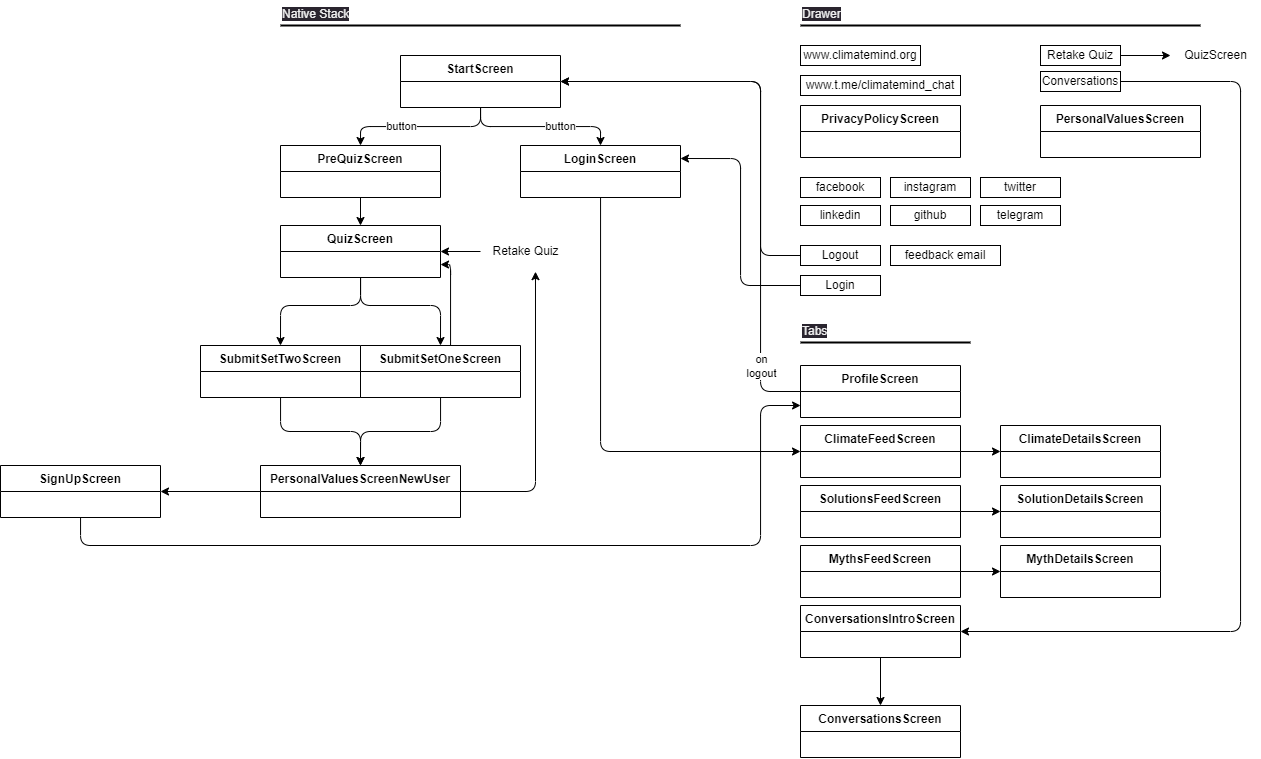
The draw.io diagram docs/ScreenState.drawio.png in ClimateMind/frontend-native-app, before a commit. Source tidied: cells renumbered, new cells last; positions are measured from the earlier drawing's top-left corner, leaving out a move shared by most shapes.
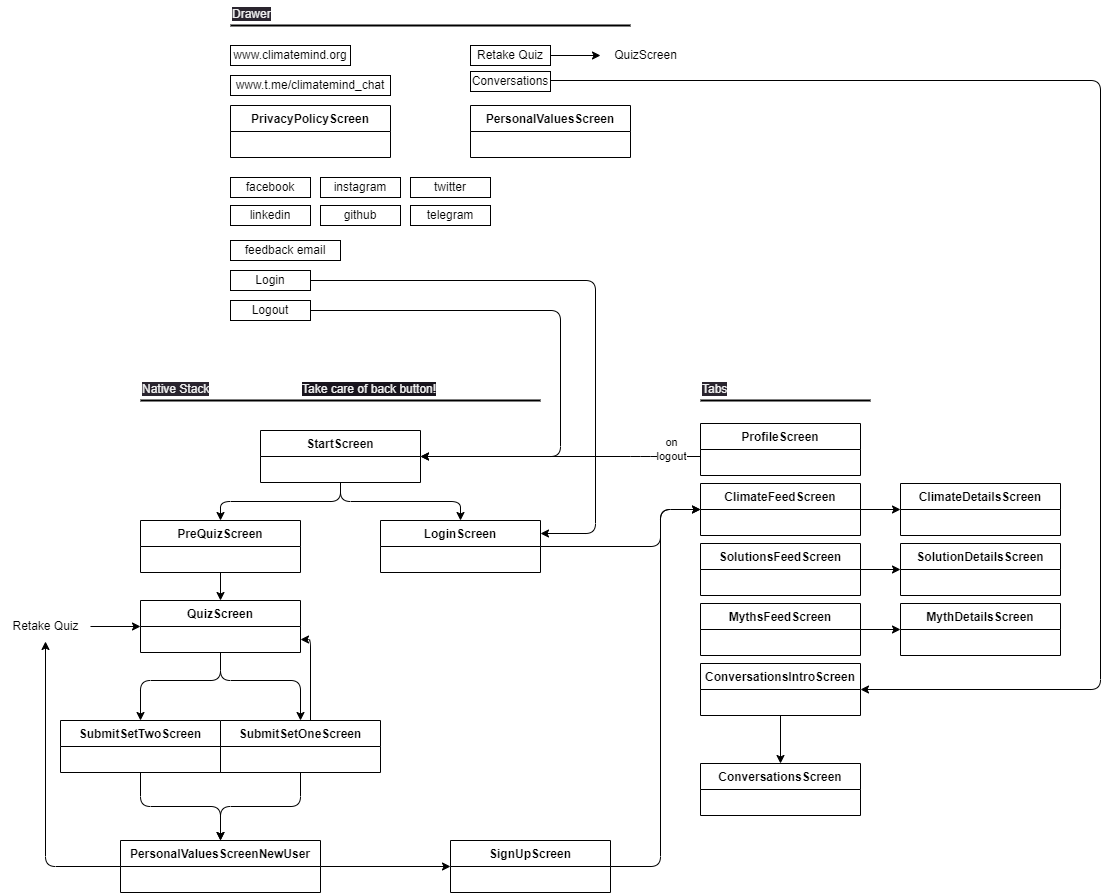
Later version of the same file.

What changed in the source:
```diff
@@ -5,19 +5,9 @@
     <mxCell id="2" style="edgeStyle=orthogonalEdgeStyle;html=1;entryX=0.5;entryY=0;entryDx=0;entryDy=0;" parent="1" edge="1" source="6" target="10">
       <mxGeometry relative="1" as="geometry" />
     </mxCell>
-    <mxCell id="3" value="button" style="edgeLabel;html=1;align=center;verticalAlign=middle;" parent="2" vertex="1">
-      <mxGeometry x="0.15" y="1" relative="1" as="geometry">
-        <mxPoint x="8" as="offset" />
-      </mxGeometry>
-    </mxCell>
     <mxCell id="4" style="edgeStyle=orthogonalEdgeStyle;html=1;entryX=0.5;entryY=0;entryDx=0;entryDy=0;" parent="1" edge="1" source="6" target="8">
       <mxGeometry relative="1" as="geometry" />
     </mxCell>
-    <mxCell id="5" value="button" style="edgeLabel;html=1;align=center;verticalAlign=middle;" parent="4" vertex="1">
-      <mxGeometry x="-0.33" y="3" relative="1" as="geometry">
-        <mxPoint x="-46" y="-4" as="offset" />
-      </mxGeometry>
-    </mxCell>
     <mxCell id="6" value="StartScreen" style="swimlane;fontStyle=1;align=center;verticalAlign=top;horizontal=1;startSize=26;" parent="1" vertex="1">
       <mxGeometry x="400" y="55" width="160" height="52" as="geometry" />
     </mxCell>
@@ -30,7 +20,8 @@
     <mxCell id="9" style="edgeStyle=orthogonalEdgeStyle;html=1;entryX=0;entryY=0.5;entryDx=0;entryDy=0;" parent="1" edge="1" source="10" target="28">
       <mxGeometry relative="1" as="geometry">
         <Array as="points">
-          <mxPoint x="600" y="451" />
+          <mxPoint x="800" y="171" />
+          <mxPoint x="800" y="134" />
         </Array>
       </mxGeometry>
     </mxCell>
@@ -38,13 +29,13 @@
       <mxGeometry x="520" y="145" width="160" height="52" as="geometry" />
     </mxCell>
     <mxCell id="11" value="www.climatemind.org" style="whiteSpace=wrap;html=1;" parent="1" vertex="1">
-      <mxGeometry x="800" y="45" width="120" height="20" as="geometry" />
+      <mxGeometry x="370" y="-330" width="120" height="20" as="geometry" />
     </mxCell>
     <mxCell id="12" value="www.t.me/climatemind_chat" style="whiteSpace=wrap;html=1;" parent="1" vertex="1">
-      <mxGeometry x="800" y="75" width="160" height="20" as="geometry" />
+      <mxGeometry x="370" y="-300" width="160" height="20" as="geometry" />
     </mxCell>
     <mxCell id="13" value="PrivacyPolicyScreen" style="swimlane;fontStyle=1;align=center;verticalAlign=top;horizontal=1;startSize=26;" parent="1" vertex="1">
-      <mxGeometry x="800" y="105" width="160" height="52" as="geometry" />
+      <mxGeometry x="370" y="-270" width="160" height="52" as="geometry" />
     </mxCell>
     <mxCell id="14" style="line;strokeWidth=2;html=1;" parent="1" vertex="1">
       <mxGeometry x="280" y="20" width="400" height="10" as="geometry" />
@@ -53,111 +44,109 @@
       <mxGeometry x="280" width="100" height="20" as="geometry" />
     </mxCell>
     <mxCell id="16" style="line;strokeWidth=2;html=1;" parent="1" vertex="1">
-      <mxGeometry x="800" y="20" width="400" height="10" as="geometry" />
+      <mxGeometry x="370" y="-355" width="400" height="10" as="geometry" />
     </mxCell>
     <mxCell id="17" value="&lt;span style=&quot;color: rgb(240, 240, 240); font-family: Helvetica; font-size: 12px; font-style: normal; font-variant-ligatures: normal; font-variant-caps: normal; font-weight: 400; letter-spacing: normal; orphans: 2; text-align: center; text-indent: 0px; text-transform: none; widows: 2; word-spacing: 0px; -webkit-text-stroke-width: 0px; background-color: rgb(42, 37, 47); text-decoration-thickness: initial; text-decoration-style: initial; text-decoration-color: initial; float: none; display: inline !important;&quot;&gt;Drawer&lt;/span&gt;" style="text;whiteSpace=wrap;html=1;" parent="1" vertex="1">
-      <mxGeometry x="800" width="100" height="20" as="geometry" />
+      <mxGeometry x="370" y="-375" width="100" height="20" as="geometry" />
     </mxCell>
     <mxCell id="18" value="facebook" style="whiteSpace=wrap;html=1;" parent="1" vertex="1">
-      <mxGeometry x="800" y="177" width="80" height="20" as="geometry" />
+      <mxGeometry x="370" y="-198" width="80" height="20" as="geometry" />
     </mxCell>
     <mxCell id="19" value="instagram" style="whiteSpace=wrap;html=1;" parent="1" vertex="1">
-      <mxGeometry x="890" y="177" width="80" height="20" as="geometry" />
+      <mxGeometry x="460" y="-198" width="80" height="20" as="geometry" />
     </mxCell>
     <mxCell id="20" value="twitter" style="whiteSpace=wrap;html=1;" parent="1" vertex="1">
-      <mxGeometry x="980" y="177" width="80" height="20" as="geometry" />
+      <mxGeometry x="550" y="-198" width="80" height="20" as="geometry" />
     </mxCell>
     <mxCell id="21" value="github" style="whiteSpace=wrap;html=1;" parent="1" vertex="1">
-      <mxGeometry x="890" y="205" width="80" height="20" as="geometry" />
+      <mxGeometry x="460" y="-170" width="80" height="20" as="geometry" />
     </mxCell>
     <mxCell id="22" value="telegram" style="whiteSpace=wrap;html=1;" parent="1" vertex="1">
-      <mxGeometry x="980" y="205" width="80" height="20" as="geometry" />
+      <mxGeometry x="550" y="-170" width="80" height="20" as="geometry" />
     </mxCell>
     <mxCell id="23" value="linkedin" style="whiteSpace=wrap;html=1;" parent="1" vertex="1">
-      <mxGeometry x="800" y="205" width="80" height="20" as="geometry" />
+      <mxGeometry x="370" y="-170" width="80" height="20" as="geometry" />
     </mxCell>
-    <mxCell id="24" style="edgeStyle=orthogonalEdgeStyle;html=1;entryX=1;entryY=0.25;entryDx=0;entryDy=0;" parent="1" edge="1" source="25" target="10">
-      <mxGeometry relative="1" as="geometry" />
+    <mxCell id="24" style="edgeStyle=orthogonalEdgeStyle;html=1;entryX=1;entryY=0.25;entryDx=0;entryDy=0;" parent="1" edge="1" target="10">
+      <mxGeometry relative="1" as="geometry">
+        <mxPoint x="415" y="-85.5" as="sourcePoint" />
+        <Array as="points">
+          <mxPoint x="405" y="-85" />
+          <mxPoint x="405" y="-95" />
+          <mxPoint x="735" y="-95" />
+          <mxPoint x="735" y="158" />
+        </Array>
+      </mxGeometry>
     </mxCell>
     <mxCell id="25" value="Login" style="whiteSpace=wrap;html=1;" parent="1" vertex="1">
-      <mxGeometry x="800" y="275" width="80" height="20" as="geometry" />
+      <mxGeometry x="370" y="-105" width="80" height="20" as="geometry" />
     </mxCell>
     <mxCell id="26" value="feedback email" style="whiteSpace=wrap;html=1;" parent="1" vertex="1">
-      <mxGeometry x="890" y="245" width="110" height="20" as="geometry" />
+      <mxGeometry x="370" y="-135" width="110" height="20" as="geometry" />
     </mxCell>
     <mxCell id="27" style="edgeStyle=orthogonalEdgeStyle;html=1;entryX=0;entryY=0.5;entryDx=0;entryDy=0;" parent="1" edge="1" source="28" target="48">
       <mxGeometry relative="1" as="geometry" />
     </mxCell>
     <mxCell id="28" value="ClimateFeedScreen" style="swimlane;fontStyle=1;align=center;verticalAlign=top;horizontal=1;startSize=26;" parent="1" vertex="1">
-      <mxGeometry x="800" y="425" width="160" height="52" as="geometry" />
+      <mxGeometry x="840" y="108" width="160" height="52" as="geometry" />
     </mxCell>
     <mxCell id="29" style="line;strokeWidth=2;html=1;" parent="1" vertex="1">
-      <mxGeometry x="800" y="337" width="170" height="10" as="geometry" />
+      <mxGeometry x="840" y="20" width="170" height="10" as="geometry" />
     </mxCell>
     <mxCell id="30" value="&lt;span style=&quot;color: rgb(240, 240, 240); font-family: Helvetica; font-size: 12px; font-style: normal; font-variant-ligatures: normal; font-variant-caps: normal; font-weight: 400; letter-spacing: normal; orphans: 2; text-align: center; text-indent: 0px; text-transform: none; widows: 2; word-spacing: 0px; -webkit-text-stroke-width: 0px; background-color: rgb(42, 37, 47); text-decoration-thickness: initial; text-decoration-style: initial; text-decoration-color: initial; float: none; display: inline !important;&quot;&gt;Tabs&lt;/span&gt;" style="text;whiteSpace=wrap;html=1;" parent="1" vertex="1">
-      <mxGeometry x="800" y="317" width="100" height="20" as="geometry" />
+      <mxGeometry x="840" width="100" height="20" as="geometry" />
     </mxCell>
-    <mxCell id="31" style="edgeStyle=orthogonalEdgeStyle;html=1;entryX=0.611;entryY=1.172;entryDx=0;entryDy=0;entryPerimeter=0;exitX=1;exitY=0.5;exitDx=0;exitDy=0;" parent="1" edge="1" source="65" target="57">
-      <mxGeometry relative="1" as="geometry">
-        <Array as="points">
-          <mxPoint x="535" y="491" />
-        </Array>
-      </mxGeometry>
-    </mxCell>
-    <mxCell id="32" style="edgeStyle=orthogonalEdgeStyle;html=1;entryX=1;entryY=0.5;entryDx=0;entryDy=0;exitX=0;exitY=0.5;exitDx=0;exitDy=0;" parent="1" edge="1" source="65" target="64">
-      <mxGeometry relative="1" as="geometry" />
-    </mxCell>
     <mxCell id="33" style="edgeStyle=orthogonalEdgeStyle;html=1;" parent="1" edge="1" source="34" target="56">
       <mxGeometry relative="1" as="geometry" />
     </mxCell>
     <mxCell id="34" value="Retake Quiz" style="whiteSpace=wrap;html=1;" parent="1" vertex="1">
-      <mxGeometry x="1040" y="45" width="80" height="20" as="geometry" />
+      <mxGeometry x="610" y="-330" width="80" height="20" as="geometry" />
     </mxCell>
     <mxCell id="35" style="edgeStyle=orthogonalEdgeStyle;html=1;entryX=1;entryY=0.5;entryDx=0;entryDy=0;" parent="1" edge="1" source="36" target="44">
       <mxGeometry relative="1" as="geometry">
         <Array as="points">
-          <mxPoint x="1240" y="81" />
-          <mxPoint x="1240" y="631" />
+          <mxPoint x="1240" y="-295" />
+          <mxPoint x="1240" y="314" />
         </Array>
       </mxGeometry>
     </mxCell>
     <mxCell id="36" value="Conversations" style="whiteSpace=wrap;html=1;" parent="1" vertex="1">
-      <mxGeometry x="1040" y="71" width="80" height="20" as="geometry" />
+      <mxGeometry x="610" y="-304" width="80" height="20" as="geometry" />
     </mxCell>
     <mxCell id="37" style="edgeStyle=orthogonalEdgeStyle;html=1;entryX=1;entryY=0.5;entryDx=0;entryDy=0;" parent="1" edge="1" source="38" target="6">
       <mxGeometry relative="1" as="geometry">
         <Array as="points">
-          <mxPoint x="760" y="255" />
-          <mxPoint x="760" y="81" />
+          <mxPoint x="700" y="-65" />
+          <mxPoint x="700" y="81" />
         </Array>
       </mxGeometry>
     </mxCell>
     <mxCell id="38" value="Logout" style="whiteSpace=wrap;html=1;" parent="1" vertex="1">
-      <mxGeometry x="800" y="245" width="80" height="20" as="geometry" />
+      <mxGeometry x="370" y="-75" width="80" height="20" as="geometry" />
     </mxCell>
     <mxCell id="39" style="edgeStyle=orthogonalEdgeStyle;html=1;entryX=0;entryY=0.5;entryDx=0;entryDy=0;" parent="1" edge="1" source="40" target="49">
       <mxGeometry relative="1" as="geometry" />
     </mxCell>
     <mxCell id="40" value="SolutionsFeedScreen" style="swimlane;fontStyle=1;align=center;verticalAlign=top;horizontal=1;startSize=26;" parent="1" vertex="1">
-      <mxGeometry x="800" y="485" width="160" height="52" as="geometry" />
+      <mxGeometry x="840" y="168" width="160" height="52" as="geometry" />
     </mxCell>
     <mxCell id="41" style="edgeStyle=orthogonalEdgeStyle;html=1;entryX=0;entryY=0.5;entryDx=0;entryDy=0;" parent="1" edge="1" source="42" target="50">
       <mxGeometry relative="1" as="geometry" />
     </mxCell>
     <mxCell id="42" value="MythsFeedScreen" style="swimlane;fontStyle=1;align=center;verticalAlign=top;horizontal=1;startSize=26;" parent="1" vertex="1">
-      <mxGeometry x="800" y="545" width="160" height="52" as="geometry" />
+      <mxGeometry x="840" y="228" width="160" height="52" as="geometry" />
     </mxCell>
     <mxCell id="43" style="edgeStyle=orthogonalEdgeStyle;html=1;entryX=0.5;entryY=0;entryDx=0;entryDy=0;" parent="1" edge="1" source="44" target="51">
       <mxGeometry relative="1" as="geometry" />
     </mxCell>
     <mxCell id="44" value="ConversationsIntroScreen" style="swimlane;fontStyle=1;align=center;verticalAlign=top;horizontal=1;startSize=26;" parent="1" vertex="1">
-      <mxGeometry x="800" y="605" width="160" height="52" as="geometry" />
+      <mxGeometry x="840" y="288" width="160" height="52" as="geometry" />
     </mxCell>
     <mxCell id="45" style="edgeStyle=orthogonalEdgeStyle;html=1;entryX=1;entryY=0.5;entryDx=0;entryDy=0;" parent="1" edge="1" source="47" target="6">
       <mxGeometry relative="1" as="geometry">
         <Array as="points">
-          <mxPoint x="760" y="391" />
-          <mxPoint x="760" y="81" />
+          <mxPoint x="780" y="81" />
+          <mxPoint x="780" y="81" />
         </Array>
       </mxGeometry>
     </mxCell>
@@ -167,19 +156,19 @@
       </mxGeometry>
     </mxCell>
     <mxCell id="47" value="ProfileScreen" style="swimlane;fontStyle=1;align=center;verticalAlign=top;horizontal=1;startSize=26;" parent="1" vertex="1">
-      <mxGeometry x="800" y="365" width="160" height="52" as="geometry" />
+      <mxGeometry x="840" y="48" width="160" height="52" as="geometry" />
     </mxCell>
     <mxCell id="48" value="ClimateDetailsScreen" style="swimlane;fontStyle=1;align=center;verticalAlign=top;horizontal=1;startSize=26;" parent="1" vertex="1">
-      <mxGeometry x="1000" y="425" width="160" height="52" as="geometry" />
+      <mxGeometry x="1040" y="108" width="160" height="52" as="geometry" />
     </mxCell>
     <mxCell id="49" value="SolutionDetailsScreen" style="swimlane;fontStyle=1;align=center;verticalAlign=top;horizontal=1;startSize=26;" parent="1" vertex="1">
-      <mxGeometry x="1000" y="485" width="160" height="52" as="geometry" />
+      <mxGeometry x="1040" y="168" width="160" height="52" as="geometry" />
     </mxCell>
     <mxCell id="50" value="MythDetailsScreen" style="swimlane;fontStyle=1;align=center;verticalAlign=top;horizontal=1;startSize=26;" parent="1" vertex="1">
-      <mxGeometry x="1000" y="545" width="160" height="52" as="geometry" />
+      <mxGeometry x="1040" y="228" width="160" height="52" as="geometry" />
     </mxCell>
     <mxCell id="51" value="ConversationsScreen" style="swimlane;fontStyle=1;align=center;verticalAlign=top;horizontal=1;startSize=26;" parent="1" vertex="1">
-      <mxGeometry x="800" y="705" width="160" height="52" as="geometry" />
+      <mxGeometry x="840" y="388" width="160" height="52" as="geometry" />
     </mxCell>
     <mxCell id="52" style="edgeStyle=orthogonalEdgeStyle;html=1;entryX=0.5;entryY=0;entryDx=0;entryDy=0;" parent="1" edge="1" source="54" target="60">
       <mxGeometry relative="1" as="geometry">
@@ -200,16 +189,14 @@
     <mxCell id="54" value="QuizScreen" style="swimlane;fontStyle=1;align=center;verticalAlign=top;horizontal=1;startSize=26;" parent="1" vertex="1">
       <mxGeometry x="280" y="225" width="160" height="52" as="geometry" />
     </mxCell>
-    <mxCell id="55" style="edgeStyle=none;jettySize=auto;html=1;entryX=1;entryY=0.5;entryDx=0;entryDy=0;" parent="1" edge="1" target="54">
-      <mxGeometry relative="1" as="geometry">
-        <mxPoint x="480" y="251" as="sourcePoint" />
-      </mxGeometry>
-    </mxCell>
     <mxCell id="56" value="QuizScreen" style="text;html=1;align=center;verticalAlign=middle;points=[];strokeColor=none;fillColor=none;" parent="1" vertex="1">
-      <mxGeometry x="1170" y="40" width="90" height="30" as="geometry" />
+      <mxGeometry x="740" y="-335" width="90" height="30" as="geometry" />
     </mxCell>
+    <mxCell id="67" style="edgeStyle=none;html=1;entryX=0;entryY=0.5;entryDx=0;entryDy=0;" parent="1" edge="1" source="57" target="54">
+      <mxGeometry relative="1" as="geometry" />
+    </mxCell>
     <mxCell id="57" value="Retake Quiz" style="text;html=1;align=center;verticalAlign=middle;points=[];strokeColor=none;fillColor=none;" parent="1" vertex="1">
-      <mxGeometry x="480" y="236" width="90" height="30" as="geometry" />
+      <mxGeometry x="140" y="236" width="90" height="30" as="geometry" />
     </mxCell>
     <mxCell id="58" style="edgeStyle=orthogonalEdgeStyle;html=1;entryX=1;entryY=0.75;entryDx=0;entryDy=0;" parent="1" edge="1" source="60" target="54">
       <mxGeometry relative="1" as="geometry">
@@ -234,25 +221,31 @@
     <mxCell id="62" value="SubmitSetTwoScreen" style="swimlane;fontStyle=1;align=center;verticalAlign=top;horizontal=1;startSize=26;" parent="1" vertex="1">
       <mxGeometry x="200" y="345" width="160" height="52" as="geometry" />
     </mxCell>
-    <mxCell id="63" style="edgeStyle=orthogonalEdgeStyle;html=1;" parent="1" edge="1" source="64">
-      <mxGeometry relative="1" as="geometry">
-        <mxPoint x="800" y="405" as="targetPoint" />
-        <Array as="points">
-          <mxPoint x="80" y="545" />
-          <mxPoint x="760" y="545" />
-          <mxPoint x="760" y="405" />
-          <mxPoint x="800" y="405" />
-        </Array>
-      </mxGeometry>
-    </mxCell>
+    <mxCell id="68" style="edgeStyle=orthogonalEdgeStyle;html=1;entryX=0;entryY=0.5;entryDx=0;entryDy=0;" parent="1" edge="1" source="64" target="28">
+      <mxGeometry relative="1" as="geometry">
+        <Array as="points">
+          <mxPoint x="800" y="491" />
+          <mxPoint x="800" y="134" />
+        </Array>
+      </mxGeometry>
+    </mxCell>
     <mxCell id="64" value="SignUpScreen" style="swimlane;fontStyle=1;align=center;verticalAlign=top;horizontal=1;startSize=26;" parent="1" vertex="1">
-      <mxGeometry y="465" width="160" height="52" as="geometry" />
+      <mxGeometry x="590" y="465" width="160" height="52" as="geometry" />
     </mxCell>
+    <mxCell id="32" style="edgeStyle=none;html=1;entryX=0;entryY=0.5;entryDx=0;entryDy=0;" parent="1" edge="1" source="65" target="64">
+      <mxGeometry relative="1" as="geometry" />
+    </mxCell>
+    <mxCell id="31" style="edgeStyle=orthogonalEdgeStyle;html=1;" parent="1" edge="1" source="65" target="57">
+      <mxGeometry relative="1" as="geometry" />
+    </mxCell>
     <mxCell id="65" value="PersonalValuesScreenNewUser" style="swimlane;fontStyle=1;align=center;verticalAlign=top;horizontal=1;startSize=26;" parent="1" vertex="1">
       <mxGeometry x="260" y="465" width="200" height="52" as="geometry" />
     </mxCell>
     <mxCell id="66" value="PersonalValuesScreen" style="swimlane;fontStyle=1;align=center;verticalAlign=top;horizontal=1;startSize=26;" parent="1" vertex="1">
-      <mxGeometry x="1040" y="105" width="160" height="52" as="geometry" />
+      <mxGeometry x="610" y="-270" width="160" height="52" as="geometry" />
     </mxCell>
+    <mxCell id="69" value="&lt;span style=&quot;color: rgb(240, 240, 240); font-family: Helvetica; font-size: 12px; font-style: normal; font-variant-ligatures: normal; font-variant-caps: normal; font-weight: 400; letter-spacing: normal; orphans: 2; text-align: center; text-indent: 0px; text-transform: none; widows: 2; word-spacing: 0px; -webkit-text-stroke-width: 0px; background-color: rgb(24, 20, 29); text-decoration-thickness: initial; text-decoration-style: initial; text-decoration-color: initial; float: none; display: inline !important;&quot;&gt;Take care of back button!&lt;/span&gt;" style="text;whiteSpace=wrap;html=1;" parent="1" vertex="1">
+      <mxGeometry x="440" width="170" height="25" as="geometry" />
+    </mxCell>
   </root>
 </mxGraphModel>
```
